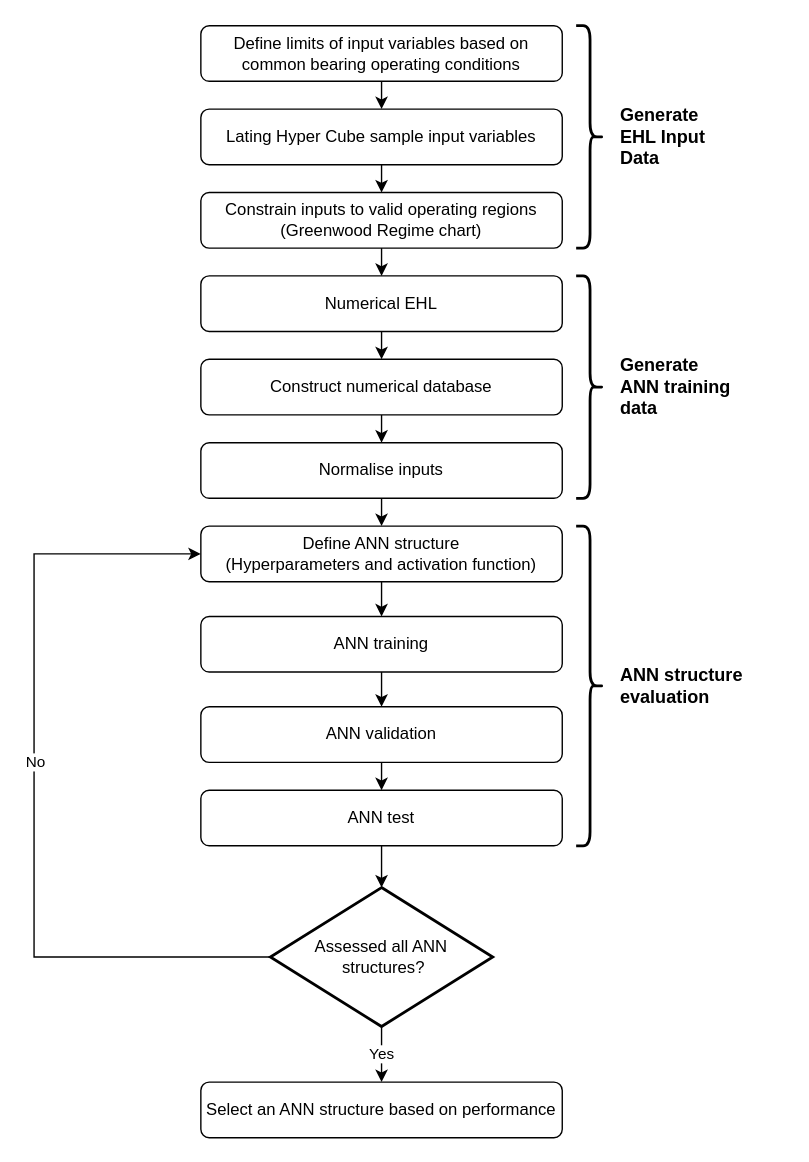
Before: Chapters/05_Artificial_Neural_Networks_for_EHL_Film_Thickness_Predictions/EHL ANN Flowhart v2.drawio in QuestH/PhDThesis, a draw.io diagram. Source tidied: cells renumbered, new cells numbered last; positions are measured from the earlier drawing's top-left corner, leaving out a move shared by most shapes. Both pictures are drawn from the tidied source at 139%, with x=0, y=0 at pixel (33, 25).
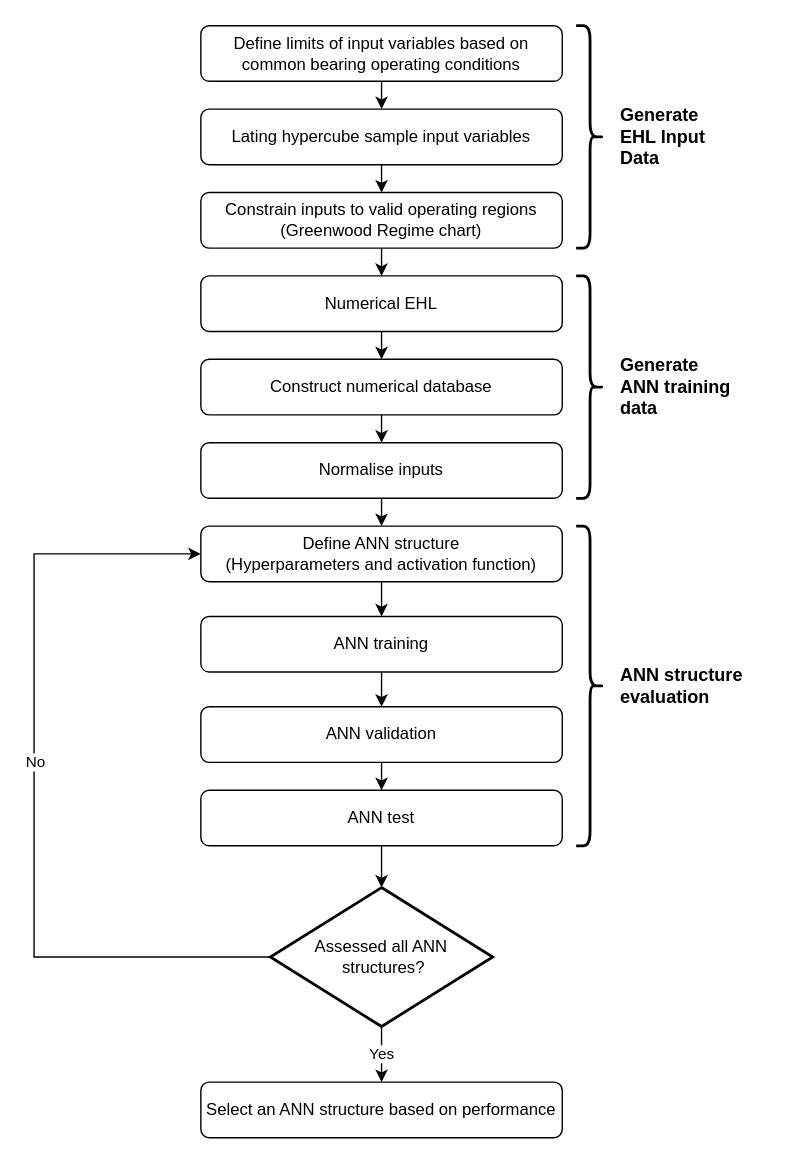
The same page after the edit.

Diff of the diagram source:
```diff
@@
-    <mxCell id="3" value="Lating Hyper Cube sample input variables" style="rounded=1;whiteSpace=wrap;html=1;fontSize=12;glass=0;strokeWidth=1;shadow=0;" parent="1" vertex="1">
+    <mxCell id="3" value="Lating hypercube sample input variables" style="rounded=1;whiteSpace=wrap;html=1;fontSize=12;glass=0;strokeWidth=1;shadow=0;" parent="1" vertex="1">
       <mxGeometry x="120" y="60" width="260" height="40" as="geometry" />
     </mxCell>
```
